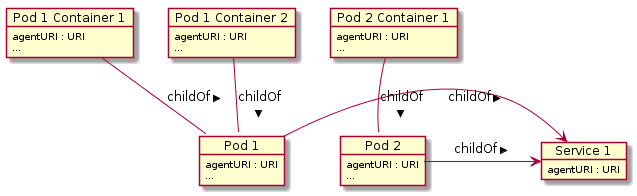
Earlier version of the PlantUML export doc/discovery-results-kubernetes.png (metlos/rhq.next-thoughts).
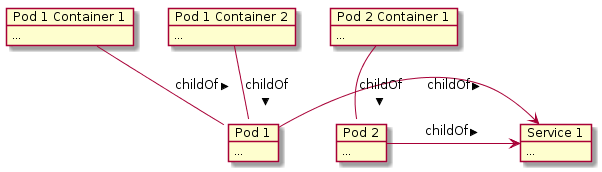
Later version of the same file.

What changed in the source:
```diff
@@ -1,31 +1,26 @@
 @startuml
 
 object "Service 1" as srvc1 {
-    agentURI : URI
+    ...
 }
 
 object "Pod 1" as pod1 {
-    agentURI : URI
     ...
 }
 
 object "Pod 2" as pod2 {
-    agentURI : URI
     ...
 }
 
 object "Pod 1 Container 1" as pod1Cont1 {
-    agentURI : URI
     ...
 }
 
 object "Pod 1 Container 2" as pod1Cont2 {
-    agentURI : URI
     ...
 }
 
 object "Pod 2 Container 1" as pod2Cont1 {
-    agentURI : URI
     ...
 }
 
```
